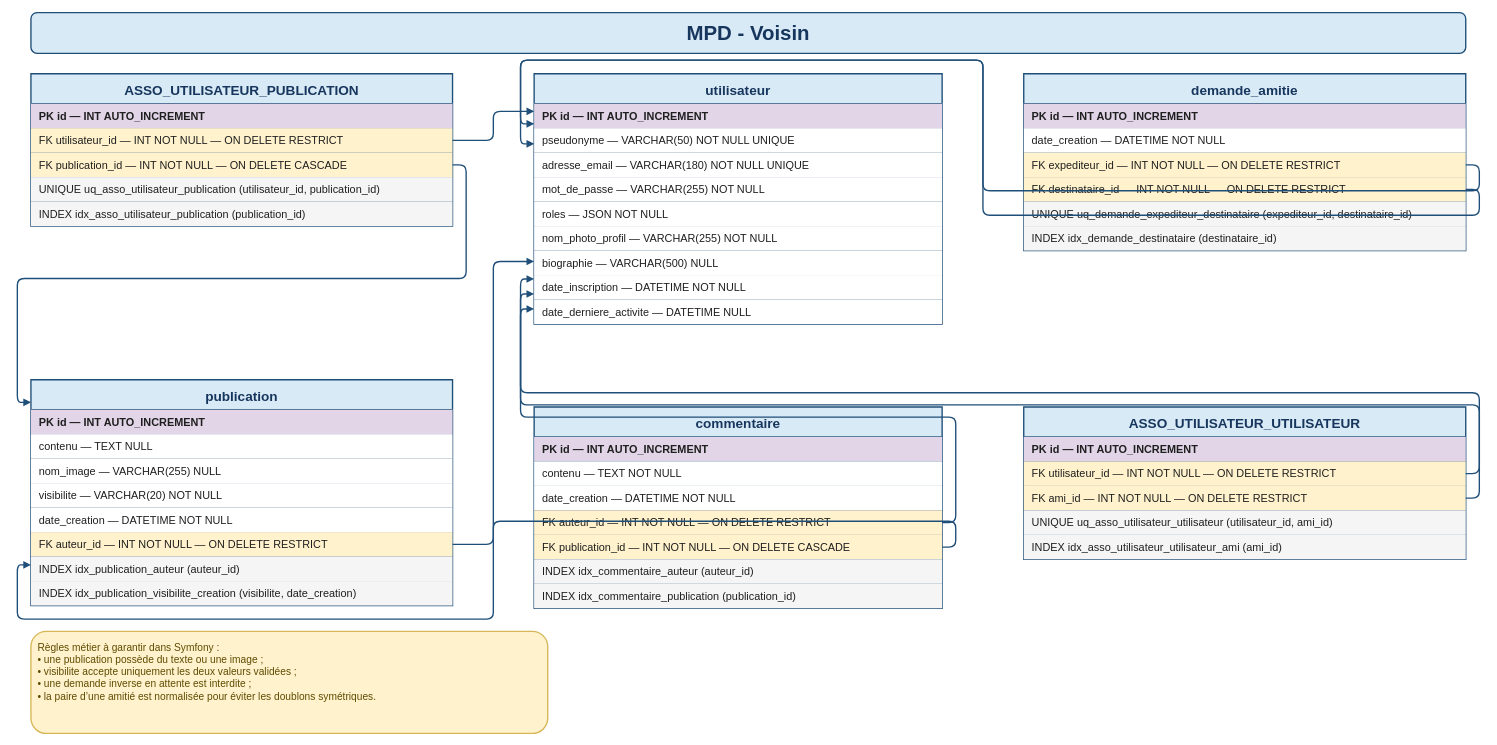
This is page "MPD avec contraintes" (2 of 2) of documents/conceptualisation/Modèles de données/MPD.drawio from anthonylepichon/voisin, a draw.io file, before an edit. Source tidied: cells renumbered, new cells numbered last; positions are measured from the earlier drawing's top-left corner, leaving out a move shared by most shapes. Both pictures are drawn from the tidied source at 68%, with x=0, y=0 at pixel (31, 12).
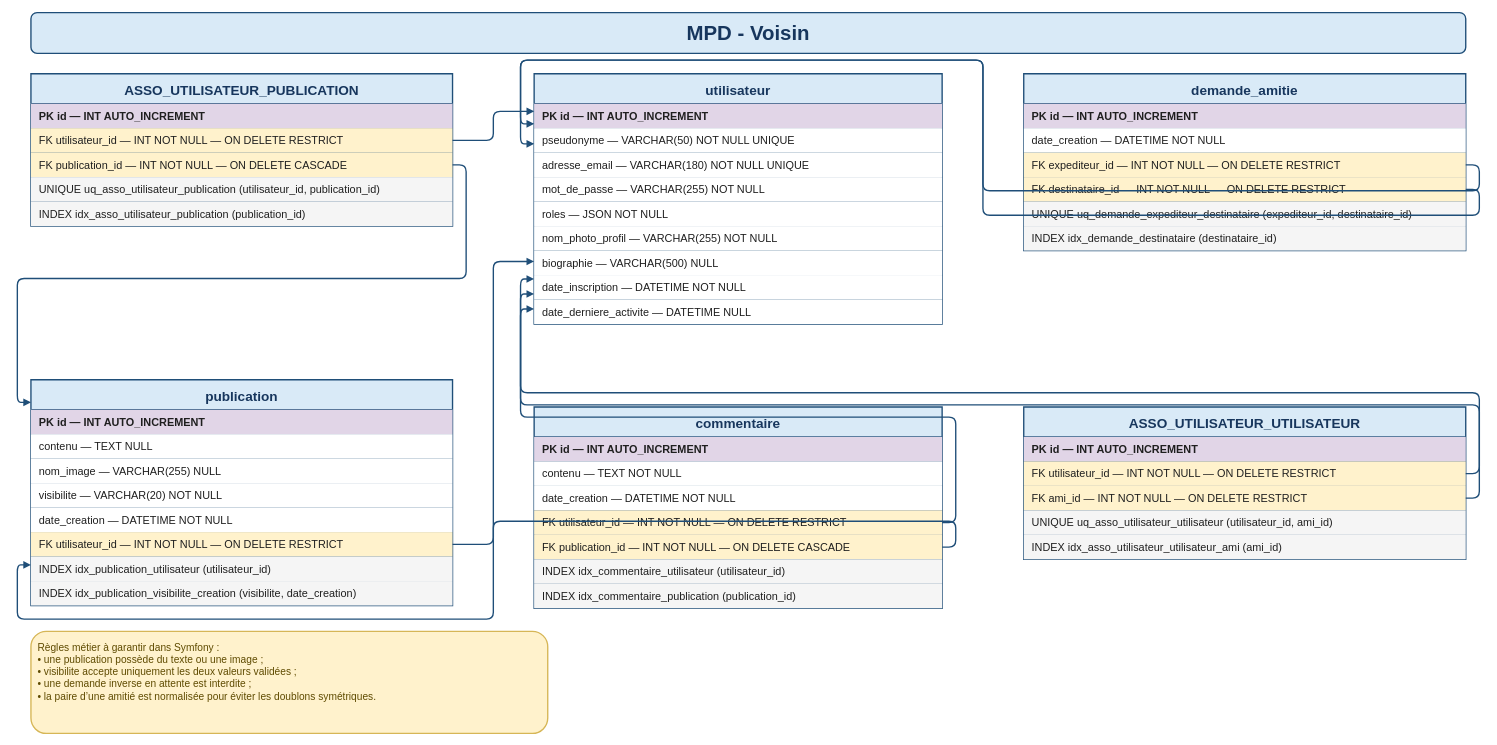
Above is the later version.

The change refers to these unchanged cells:
```xml
<mxCell id="57" style="shape=tableRow;horizontal=0;startSize=0;swimlaneHead=0;swimlaneBody=0;strokeColor=#9FBAD0;top=0;left=0;bottom=0;right=0;fillColor=#FFF2CC;points=[[0,0.5],[1,0.5]];portConstraint=eastwest;" parent="46" vertex="1">
  <mxGeometry y="224" width="620" height="36" as="geometry" />
</mxCell>
<mxCell id="59" style="shape=tableRow;horizontal=0;startSize=0;swimlaneHead=0;swimlaneBody=0;strokeColor=#9FBAD0;top=0;left=0;bottom=0;right=0;fillColor=#F5F5F5;" parent="46" vertex="1">
  <mxGeometry y="260" width="620" height="36" as="geometry" />
</mxCell>
<mxCell id="70" style="shape=tableRow;horizontal=0;startSize=0;swimlaneHead=0;swimlaneBody=0;strokeColor=#9FBAD0;top=0;left=0;bottom=0;right=0;fillColor=#FFF2CC;points=[[0,0.5],[1,0.5]];portConstraint=eastwest;" parent="63" vertex="1">
  <mxGeometry y="152" width="600" height="36" as="geometry" />
</mxCell>
<mxCell id="74" style="shape=tableRow;horizontal=0;startSize=0;swimlaneHead=0;swimlaneBody=0;strokeColor=#9FBAD0;top=0;left=0;bottom=0;right=0;fillColor=#F5F5F5;" parent="63" vertex="1">
  <mxGeometry y="224" width="600" height="36" as="geometry" />
</mxCell>
```

The edit, as a diff of the source:
```diff
@@
-    <mxCell id="58" value="FK auteur_id — INT NOT NULL — ON DELETE RESTRICT" style="shape=partialRectangle;html=1;whiteSpace=wrap;strokeColor=none;fillColor=none;top=0;left=0;bottom=0;right=0;fontSize=16;fontColor=#1F1F1F;align=left;verticalAlign=middle;spacingLeft=10;" parent="57" vertex="1">
+    <mxCell id="58" value="FK utilisateur_id — INT NOT NULL — ON DELETE RESTRICT" style="shape=partialRectangle;html=1;whiteSpace=wrap;strokeColor=none;fillColor=none;top=0;left=0;bottom=0;right=0;fontSize=16;fontColor=#1F1F1F;align=left;verticalAlign=middle;spacingLeft=10;" parent="57" vertex="1">
       <mxGeometry width="620" height="36" as="geometry" />
     </mxCell>
@@
-    <mxCell id="60" value="INDEX idx_publication_auteur (auteur_id)" style="shape=partialRectangle;html=1;whiteSpace=wrap;strokeColor=none;fillColor=none;top=0;left=0;bottom=0;right=0;fontSize=16;fontColor=#1F1F1F;align=left;verticalAlign=middle;spacingLeft=10;" parent="59" vertex="1">
+    <mxCell id="60" value="INDEX idx_publication_utilisateur (utilisateur_id)" style="shape=partialRectangle;html=1;whiteSpace=wrap;strokeColor=none;fillColor=none;top=0;left=0;bottom=0;right=0;fontSize=16;fontColor=#1F1F1F;align=left;verticalAlign=middle;spacingLeft=10;" parent="59" vertex="1">
       <mxGeometry width="620" height="36" as="geometry" />
     </mxCell>
@@
-    <mxCell id="71" value="FK auteur_id — INT NOT NULL — ON DELETE RESTRICT" style="shape=partialRectangle;html=1;whiteSpace=wrap;strokeColor=none;fillColor=none;top=0;left=0;bottom=0;right=0;fontSize=16;fontColor=#1F1F1F;align=left;verticalAlign=middle;spacingLeft=10;" parent="70" vertex="1">
+    <mxCell id="71" value="FK utilisateur_id — INT NOT NULL — ON DELETE RESTRICT" style="shape=partialRectangle;html=1;whiteSpace=wrap;strokeColor=none;fillColor=none;top=0;left=0;bottom=0;right=0;fontSize=16;fontColor=#1F1F1F;align=left;verticalAlign=middle;spacingLeft=10;" parent="70" vertex="1">
       <mxGeometry width="600" height="36" as="geometry" />
     </mxCell>
@@
-    <mxCell id="75" value="INDEX idx_commentaire_auteur (auteur_id)" style="shape=partialRectangle;html=1;whiteSpace=wrap;strokeColor=none;fillColor=none;top=0;left=0;bottom=0;right=0;fontSize=16;fontColor=#1F1F1F;align=left;verticalAlign=middle;spacingLeft=10;" parent="74" vertex="1">
+    <mxCell id="75" value="INDEX idx_commentaire_utilisateur (utilisateur_id)" style="shape=partialRectangle;html=1;whiteSpace=wrap;strokeColor=none;fillColor=none;top=0;left=0;bottom=0;right=0;fontSize=16;fontColor=#1F1F1F;align=left;verticalAlign=middle;spacingLeft=10;" parent="74" vertex="1">
       <mxGeometry width="600" height="36" as="geometry" />
     </mxCell>
```
